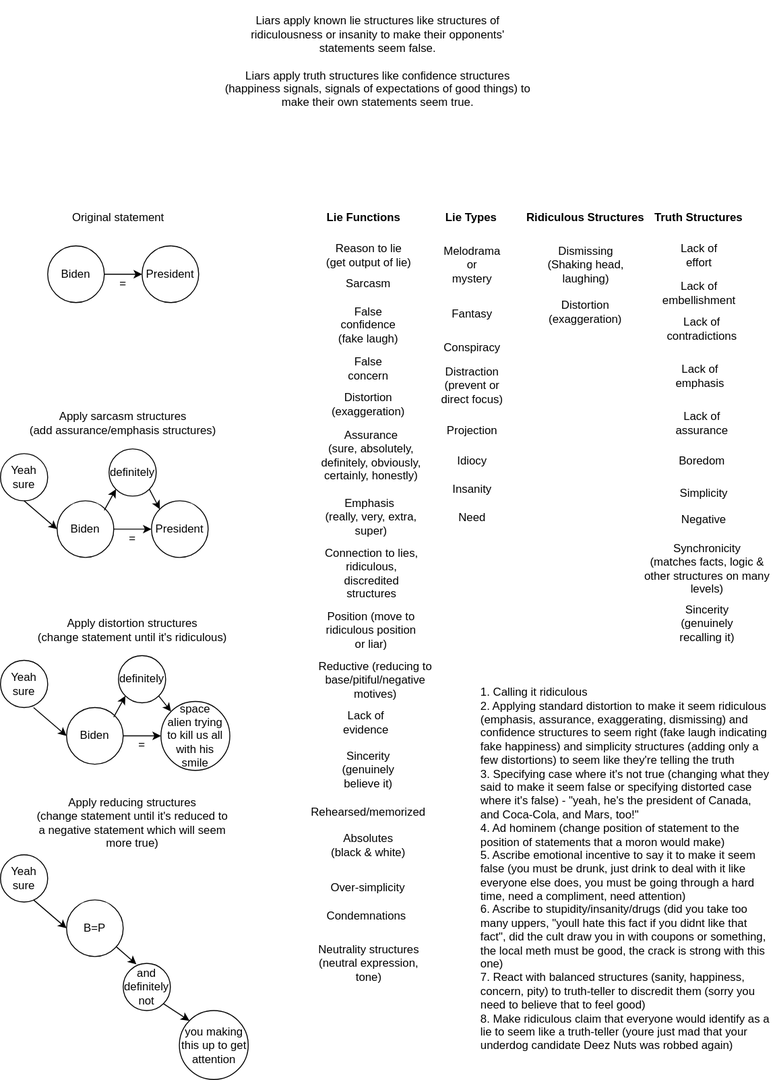
outdreamer/build-a-cure keeps this draw.io diagram as docs/objects/lie.svg. Above is the earlier version. Source tidied: cells renumbered, new cells last; positions are measured from the earlier drawing's top-left corner, leaving out a move shared by most shapes.
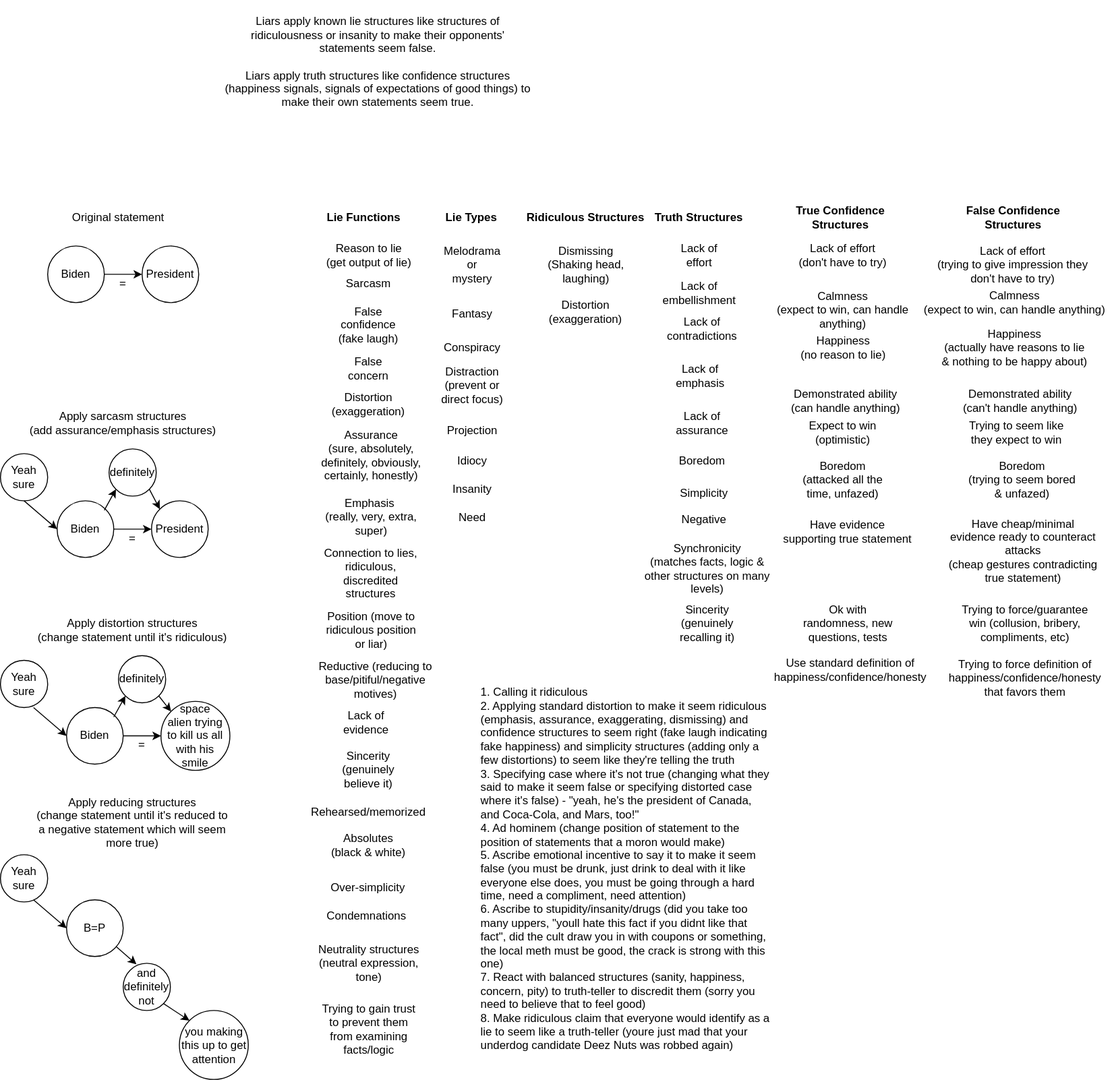
After the change.

What changed in the source:
```diff
@@ -238,5 +238,68 @@
     <mxCell id="77" value="&lt;div style=&quot;text-align: left&quot;&gt;&lt;span&gt;1. Calling it ridiculous&lt;/span&gt;&lt;/div&gt;&lt;div style=&quot;text-align: left&quot;&gt;&lt;span&gt;2. Applying standard distortion to make it seem ridiculous (emphasis, assurance, exaggerating, dismissing) and confidence structures to seem right (fake laugh indicating fake happiness) and simplicity structures (adding only a few distortions) to seem like they're telling the truth&lt;/span&gt;&lt;/div&gt;&lt;div style=&quot;text-align: left&quot;&gt;&lt;span&gt;3. Specifying case where it's not true (changing what they said to make it seem false or specifying distorted case where it's false) - &quot;yeah, he's the president of Canada, and Coca-Cola, and Mars, too!&quot;&lt;/span&gt;&lt;/div&gt;&lt;div style=&quot;text-align: left&quot;&gt;&lt;span&gt;4. Ad hominem (change position of statement to the position of statements that a moron would make)&lt;/span&gt;&lt;/div&gt;&lt;div style=&quot;text-align: left&quot;&gt;&lt;span&gt;5. Ascribe emotional incentive to say it to make it seem false (you must be drunk, just drink to deal with it like everyone else does, you must be going through a hard time, need a compliment, need attention)&lt;/span&gt;&lt;/div&gt;&lt;div style=&quot;text-align: left&quot;&gt;&lt;span&gt;6. Ascribe to stupidity/insanity/drugs (did you take too many uppers, &quot;youll hate this fact if you didnt like that fact&quot;, did the cult draw you in with coupons or something, the local meth must be good, the crack is strong with this one)&lt;/span&gt;&lt;/div&gt;&lt;div style=&quot;text-align: left&quot;&gt;&lt;span&gt;7. React with balanced structures (sanity, happiness, concern, pity) to truth-teller to discredit them (sorry you need to believe that to feel good)&lt;/span&gt;&lt;/div&gt;&lt;div style=&quot;text-align: left&quot;&gt;&lt;span&gt;8. Make ridiculous claim that everyone would identify as a lie to seem like a truth-teller (youre just mad that your underdog candidate Deez Nuts was robbed again)&lt;/span&gt;&lt;/div&gt;" style="text;html=1;strokeColor=none;fillColor=none;align=center;verticalAlign=middle;whiteSpace=wrap;rounded=0;" parent="1" vertex="1">
       <mxGeometry x="507.5" y="880" width="310" height="80" as="geometry" />
     </mxCell>
+    <mxCell id="78" value="True Confidence Structures" style="text;html=1;strokeColor=none;fillColor=none;align=center;verticalAlign=middle;whiteSpace=wrap;rounded=0;fontStyle=1;" parent="1" vertex="1">
+      <mxGeometry x="820" y="220" width="140" height="20" as="geometry" />
+    </mxCell>
+    <mxCell id="79" value="Happiness &lt;br&gt;(no reason to lie)" style="text;html=1;strokeColor=none;fillColor=none;align=center;verticalAlign=middle;whiteSpace=wrap;rounded=0;" parent="1" vertex="1">
+      <mxGeometry x="838.2" y="358" width="110" height="20" as="geometry" />
+    </mxCell>
+    <mxCell id="80" value="Demonstrated ability &lt;br&gt;(can handle anything)" style="text;html=1;strokeColor=none;fillColor=none;align=center;verticalAlign=middle;whiteSpace=wrap;rounded=0;" parent="1" vertex="1">
+      <mxGeometry x="829.6" y="414" width="130.8" height="20" as="geometry" />
+    </mxCell>
+    <mxCell id="81" value="Expect to win (optimistic)" style="text;html=1;strokeColor=none;fillColor=none;align=center;verticalAlign=middle;whiteSpace=wrap;rounded=0;" parent="1" vertex="1">
+      <mxGeometry x="851.6" y="448" width="80.8" height="20" as="geometry" />
+    </mxCell>
+    <mxCell id="82" value="Boredom (attacked all the time, unfazed)" style="text;html=1;strokeColor=none;fillColor=none;align=center;verticalAlign=middle;whiteSpace=wrap;rounded=0;" parent="1" vertex="1">
+      <mxGeometry x="840.5" y="498" width="102.5" height="20" as="geometry" />
+    </mxCell>
+    <mxCell id="83" value="Have evidence supporting&amp;nbsp;true statement" style="text;html=1;strokeColor=none;fillColor=none;align=center;verticalAlign=middle;whiteSpace=wrap;rounded=0;" parent="1" vertex="1">
+      <mxGeometry x="817.5" y="553" width="160.8" height="20" as="geometry" />
+    </mxCell>
+    <mxCell id="84" value="Ok with randomness, new questions, tests" style="text;html=1;strokeColor=none;fillColor=none;align=center;verticalAlign=middle;whiteSpace=wrap;rounded=0;" parent="1" vertex="1">
+      <mxGeometry x="844.1" y="650" width="107.5" height="20" as="geometry" />
+    </mxCell>
+    <mxCell id="85" value="Lack of effort&lt;br&gt;(don't have to try)" style="text;html=1;strokeColor=none;fillColor=none;align=center;verticalAlign=middle;whiteSpace=wrap;rounded=0;" parent="1" vertex="1">
+      <mxGeometry x="840.5" y="260" width="102.5" height="20" as="geometry" />
+    </mxCell>
+    <mxCell id="86" value="Calmness&lt;br&gt;(expect to win, can handle anything)" style="text;html=1;strokeColor=none;fillColor=none;align=center;verticalAlign=middle;whiteSpace=wrap;rounded=0;" parent="1" vertex="1">
+      <mxGeometry x="820.5" y="318" width="142.5" height="20" as="geometry" />
+    </mxCell>
+    <mxCell id="87" value="False Confidence Structures" style="text;html=1;strokeColor=none;fillColor=none;align=center;verticalAlign=middle;whiteSpace=wrap;rounded=0;fontStyle=1;" parent="1" vertex="1">
+      <mxGeometry x="1002.5" y="220" width="140" height="20" as="geometry" />
+    </mxCell>
+    <mxCell id="88" value="Happiness &lt;br&gt;(actually have reasons to lie &amp;amp; nothing to be happy about)" style="text;html=1;strokeColor=none;fillColor=none;align=center;verticalAlign=middle;whiteSpace=wrap;rounded=0;" parent="1" vertex="1">
+      <mxGeometry x="996.1" y="358" width="156.8" height="20" as="geometry" />
+    </mxCell>
+    <mxCell id="89" value="Demonstrated ability &lt;br&gt;(can't handle anything)" style="text;html=1;strokeColor=none;fillColor=none;align=center;verticalAlign=middle;whiteSpace=wrap;rounded=0;" parent="1" vertex="1">
+      <mxGeometry x="1014.6" y="414" width="130.8" height="20" as="geometry" />
+    </mxCell>
+    <mxCell id="90" value="Trying to seem like they expect to win" style="text;html=1;strokeColor=none;fillColor=none;align=center;verticalAlign=middle;whiteSpace=wrap;rounded=0;" parent="1" vertex="1">
+      <mxGeometry x="1014.6" y="448" width="123.4" height="20" as="geometry" />
+    </mxCell>
+    <mxCell id="91" value="Boredom &lt;br&gt;(trying to seem bored &amp;amp; unfazed)" style="text;html=1;strokeColor=none;fillColor=none;align=center;verticalAlign=middle;whiteSpace=wrap;rounded=0;" parent="1" vertex="1">
+      <mxGeometry x="1020.4" y="498" width="125" height="20" as="geometry" />
+    </mxCell>
+    <mxCell id="92" value="Have cheap/minimal evidence ready to counteract attacks &lt;br&gt;(cheap gestures contradicting true statement)" style="text;html=1;strokeColor=none;fillColor=none;align=center;verticalAlign=middle;whiteSpace=wrap;rounded=0;" parent="1" vertex="1">
+      <mxGeometry x="1002.5" y="573" width="160.8" height="20" as="geometry" />
+    </mxCell>
+    <mxCell id="93" value="Lack of effort&lt;br&gt;(trying to give impression they don't have to try)" style="text;html=1;strokeColor=none;fillColor=none;align=center;verticalAlign=middle;whiteSpace=wrap;rounded=0;" parent="1" vertex="1">
+      <mxGeometry x="989" y="270" width="167" height="20" as="geometry" />
+    </mxCell>
+    <mxCell id="94" value="Calmness&lt;br&gt;(expect to win, can handle anything)" style="text;html=1;strokeColor=none;fillColor=none;align=center;verticalAlign=middle;whiteSpace=wrap;rounded=0;" parent="1" vertex="1">
+      <mxGeometry x="971" y="310" width="207" height="20" as="geometry" />
+    </mxCell>
+    <mxCell id="95" value="Trying to force/guarantee win (collusion, bribery, compliments, etc)" style="text;html=1;strokeColor=none;fillColor=none;align=center;verticalAlign=middle;whiteSpace=wrap;rounded=0;" parent="1" vertex="1">
+      <mxGeometry x="1014.6" y="650" width="141.2" height="20" as="geometry" />
+    </mxCell>
+    <mxCell id="96" value="Trying to force definition of happiness/confidence/honesty that favors them" style="text;html=1;strokeColor=none;fillColor=none;align=center;verticalAlign=middle;whiteSpace=wrap;rounded=0;" parent="1" vertex="1">
+      <mxGeometry x="1014.6" y="708" width="141.2" height="20" as="geometry" />
+    </mxCell>
+    <mxCell id="97" value="Trying to gain trust to prevent them from examining facts/logic" style="text;html=1;strokeColor=none;fillColor=none;align=center;verticalAlign=middle;whiteSpace=wrap;rounded=0;" parent="1" vertex="1">
+      <mxGeometry x="337" y="1080" width="107" height="20" as="geometry" />
+    </mxCell>
+    <mxCell id="98" value="Use standard definition of happiness/confidence/honesty" style="text;html=1;strokeColor=none;fillColor=none;align=center;verticalAlign=middle;whiteSpace=wrap;rounded=0;" parent="1" vertex="1">
+      <mxGeometry x="829.8" y="699" width="141.2" height="20" as="geometry" />
+    </mxCell>
   </root>
 </mxGraphModel>
```
